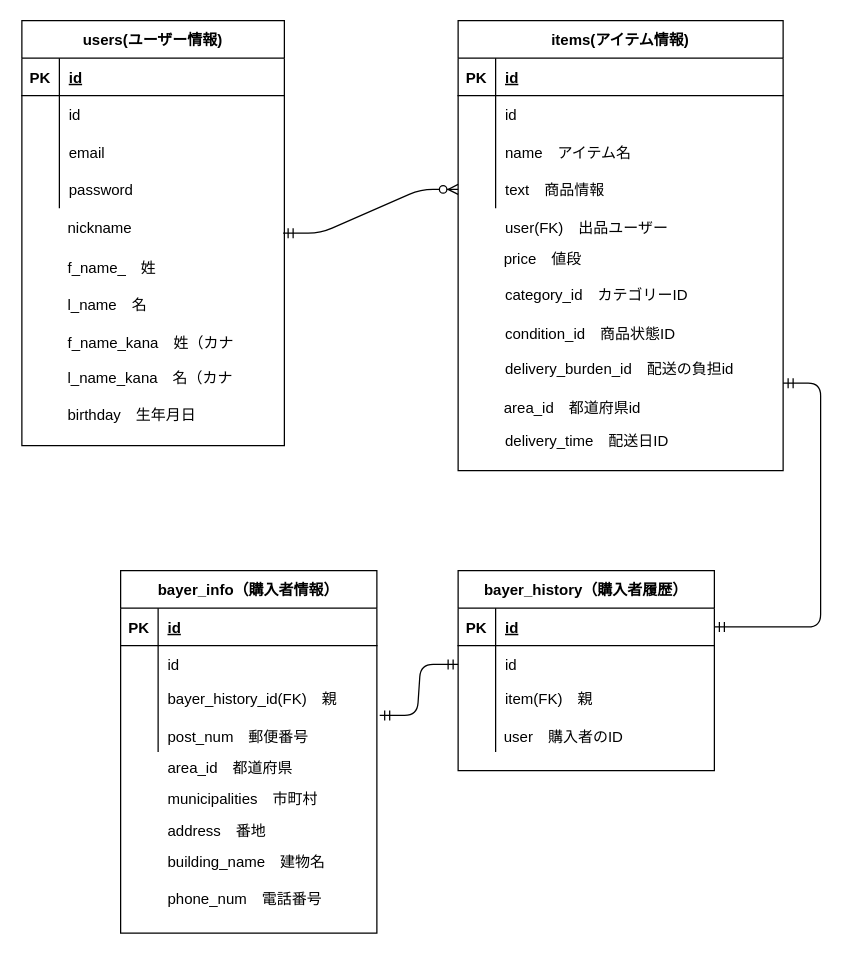
This is config/DB.dio from waaawoo/furima-34760, a draw.io file, before an edit. Source tidied: cells renumbered, new cells numbered last; positions are measured from the earlier drawing's top-left corner, leaving out a move shared by most shapes. Both pictures are drawn from the tidied source at 125%, with x=0, y=0 at pixel (20, 20).
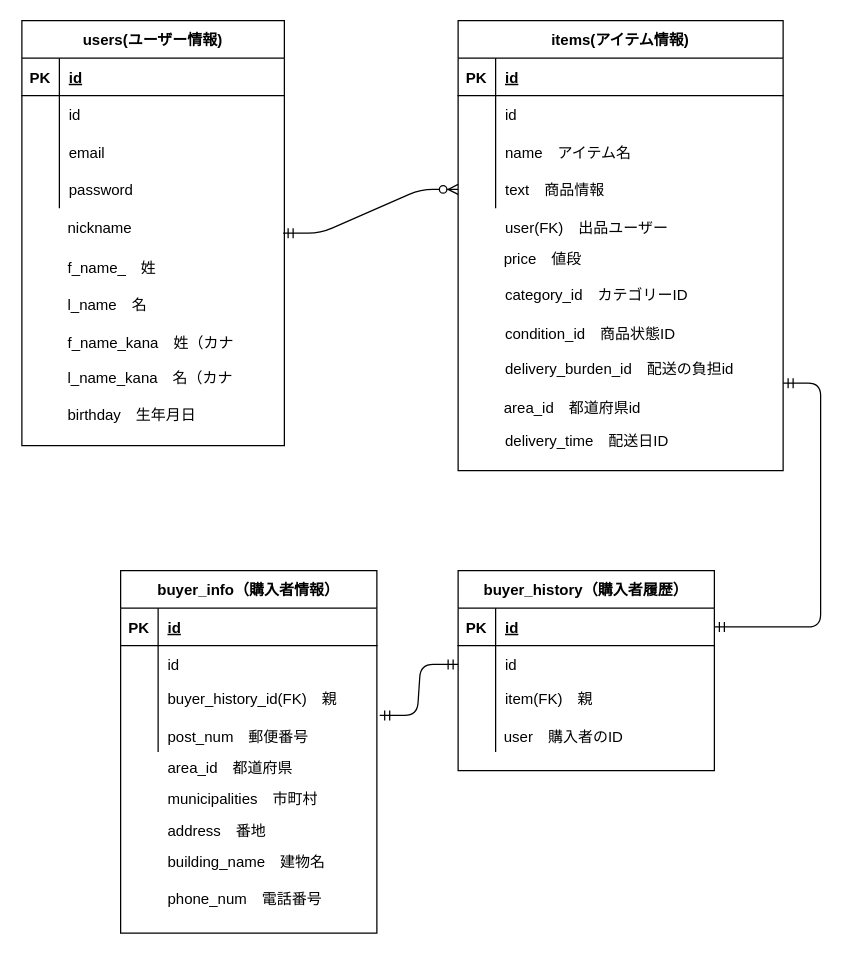
The same page after the edit.

Commit message (it also covers changes not shown here):
指摘事項修正

Unchanged cells that the change refers to:
```xml
<mxCell id="67" style="shape=partialRectangle;fillColor=none;top=0;left=0;bottom=0;right=0;" parent="60" vertex="1">
  <mxGeometry y="90" width="205" height="25" as="geometry" />
</mxCell>
```

Diff of the diagram source:
```diff
@@
-    <mxCell id="34" value="bayer_history（購入者履歴）" style="shape=table;startSize=30;childLayout=tableLayout;rowLines=0;fontStyle=1;align=center;" parent="1" vertex="1">
+    <mxCell id="34" value="buyer_history（購入者履歴）" style="shape=table;startSize=30;childLayout=tableLayout;rowLines=0;fontStyle=1;align=center;" parent="1" vertex="1">
       <mxGeometry x="350" y="440" width="205" height="160" as="geometry" />
     </mxCell>
@@
-    <mxCell id="60" value="bayer_info（購入者情報）" style="shape=table;startSize=30;childLayout=tableLayout;rowLines=0;fontStyle=1;align=center;" parent="1" vertex="1">
+    <mxCell id="60" value="buyer_info（購入者情報）" style="shape=table;startSize=30;childLayout=tableLayout;rowLines=0;fontStyle=1;align=center;" parent="1" vertex="1">
       <mxGeometry x="80" y="440" width="205" height="290" as="geometry" />
     </mxCell>
@@
-    <mxCell id="69" value="bayer_history_id(FK)　親" style="shape=partialRectangle;fillColor=none;top=0;left=0;bottom=0;right=0;align=left;spacingLeft=6;overflow=hidden;" parent="67" vertex="1">
+    <mxCell id="69" value="buyer_history_id(FK)　親" style="shape=partialRectangle;fillColor=none;top=0;left=0;bottom=0;right=0;align=left;spacingLeft=6;overflow=hidden;" parent="67" vertex="1">
       <mxGeometry x="30" width="175" height="25" as="geometry" />
     </mxCell>
```
